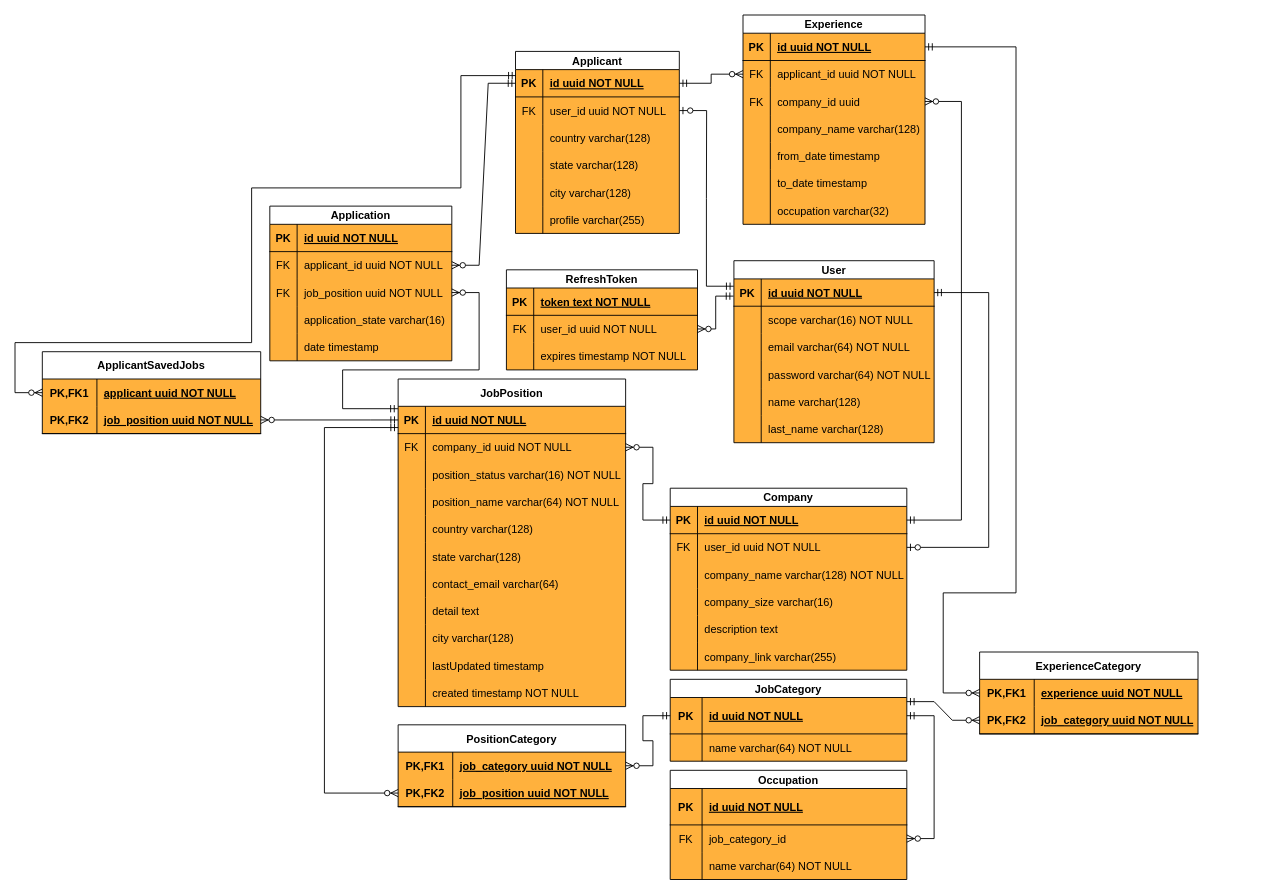
Above: diagrams/ERD.drawio in BUTAJI9l-IT/job-portal (draw.io), before the change. Source tidied: cells renumbered, new cells numbered last; positions are measured from the earlier drawing's top-left corner, leaving out a move shared by most shapes. Both pictures are drawn from the tidied source at 91%, with x=0, y=0 at pixel (15, 15).
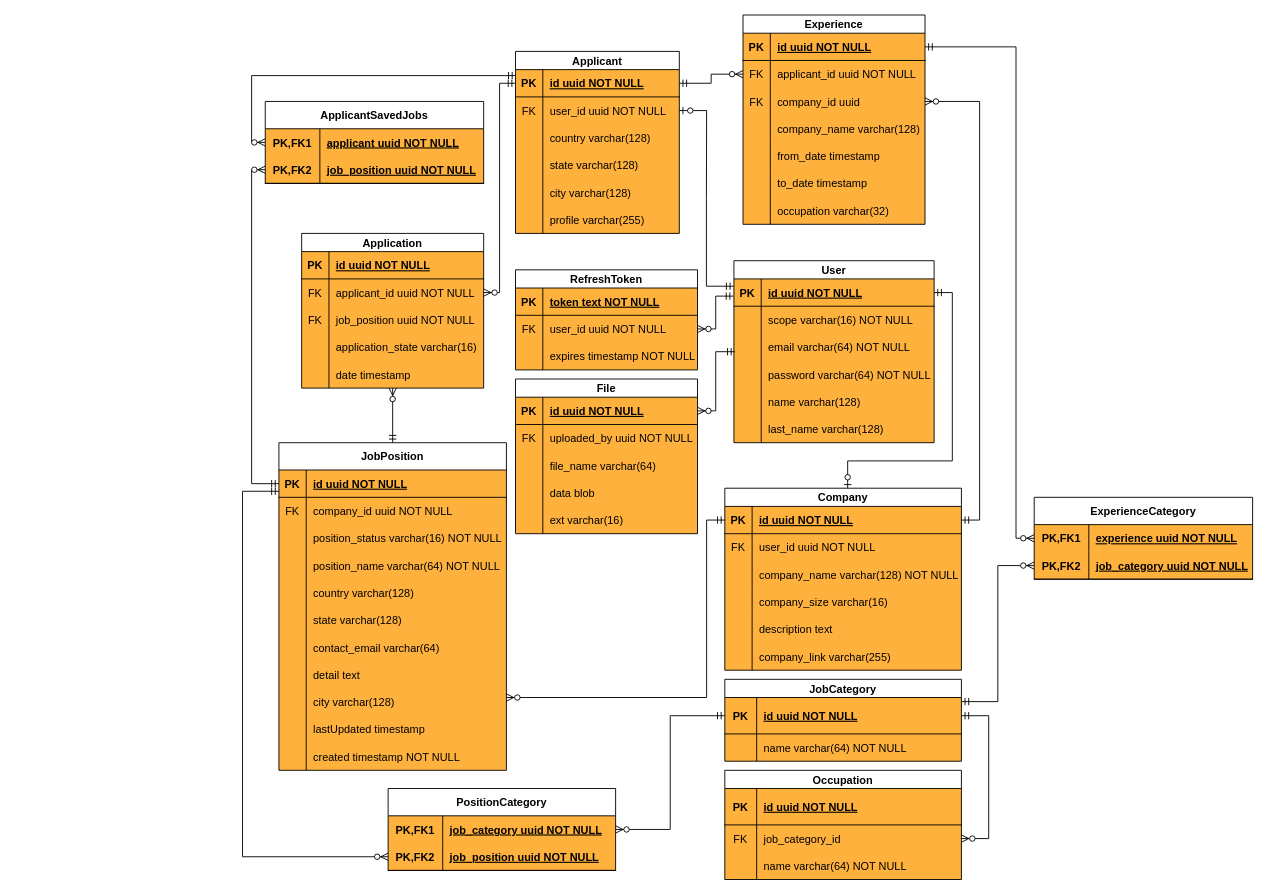
Above is the later version.

Unchanged cells that the change refers to:
```xml
<mxCell id="3" style="shape=tableRow;horizontal=0;startSize=0;swimlaneHead=0;swimlaneBody=0;fillColor=none;points=[[0,0.5],[1,0.5]];portConstraint=eastwest;top=0;left=0;right=0;bottom=1;" parent="2" vertex="1">
  <mxGeometry y="20" width="180" height="30" as="geometry" />
</mxCell>
<mxCell id="25" style="shape=tableRow;horizontal=0;startSize=0;swimlaneHead=0;swimlaneBody=0;fillColor=none;points=[[0,0.5],[1,0.5]];portConstraint=eastwest;top=0;left=0;right=0;bottom=0;" parent="21" vertex="1">
  <mxGeometry y="50" width="200" height="30" as="geometry" />
</mxCell>
<mxCell id="28" style="shape=tableRow;horizontal=0;startSize=0;swimlaneHead=0;swimlaneBody=0;fillColor=none;points=[[0,0.5],[1,0.5]];portConstraint=eastwest;top=0;left=0;right=0;bottom=0;" parent="21" vertex="1">
  <mxGeometry y="80" width="200" height="30" as="geometry" />
</mxCell>
<mxCell id="34" style="shape=tableRow;horizontal=0;startSize=0;swimlaneHead=0;swimlaneBody=0;fillColor=none;points=[[0,0.5],[1,0.5]];portConstraint=eastwest;top=0;left=0;right=0;bottom=0;" parent="21" vertex="1">
  <mxGeometry y="140" width="200" height="30" as="geometry" />
</mxCell>
<mxCell id="38" style="shape=tableRow;horizontal=0;startSize=0;swimlaneHead=0;swimlaneBody=0;fillColor=none;points=[[0,0.5],[1,0.5]];portConstraint=eastwest;top=0;left=0;right=0;bottom=1;" parent="37" vertex="1">
  <mxGeometry y="20" width="260" height="30" as="geometry" />
</mxCell>
<mxCell id="41" style="shape=tableRow;horizontal=0;startSize=0;swimlaneHead=0;swimlaneBody=0;fillColor=none;points=[[0,0.5],[1,0.5]];portConstraint=eastwest;top=0;left=0;right=0;bottom=0;" parent="37" vertex="1">
  <mxGeometry y="50" width="260" height="30" as="geometry" />
</mxCell>
<mxCell id="57" style="shape=tableRow;horizontal=0;startSize=0;swimlaneHead=0;swimlaneBody=0;fillColor=none;points=[[0,0.5],[1,0.5]];portConstraint=eastwest;top=0;left=0;right=0;bottom=1;" parent="56" vertex="1">
  <mxGeometry y="20" width="200" height="30" as="geometry" />
</mxCell>
<mxCell id="63" style="shape=tableRow;horizontal=0;startSize=0;swimlaneHead=0;swimlaneBody=0;fillColor=none;points=[[0,0.5],[1,0.5]];portConstraint=eastwest;top=0;left=0;right=0;bottom=0;" parent="56" vertex="1">
  <mxGeometry y="80" width="200" height="30" as="geometry" />
</mxCell>
<mxCell id="79" style="shape=tableRow;horizontal=0;startSize=0;swimlaneHead=0;swimlaneBody=0;fillColor=none;points=[[0,0.5],[1,0.5]];portConstraint=eastwest;top=0;left=0;right=0;bottom=1;" parent="78" vertex="1">
  <mxGeometry y="20" width="260" height="40" as="geometry" />
</mxCell>
<mxCell id="96" style="shape=tableRow;horizontal=0;startSize=0;swimlaneHead=0;swimlaneBody=0;fillColor=none;points=[[0,0.5],[1,0.5]];portConstraint=eastwest;top=0;left=0;right=0;bottom=1;" parent="95" vertex="1">
  <mxGeometry y="20" width="220" height="30" as="geometry" />
</mxCell>
<mxCell id="118" style="shape=tableRow;horizontal=0;startSize=0;swimlaneHead=0;swimlaneBody=0;fillColor=none;points=[[0,0.5],[1,0.5]];portConstraint=eastwest;top=0;left=0;right=0;bottom=1;" parent="117" vertex="1">
  <mxGeometry y="30" width="250" height="30" as="geometry" />
</mxCell>
<mxCell id="121" style="shape=tableRow;horizontal=0;startSize=0;swimlaneHead=0;swimlaneBody=0;fillColor=none;points=[[0,0.5],[1,0.5]];portConstraint=eastwest;top=0;left=0;right=0;bottom=0;" parent="117" vertex="1">
  <mxGeometry y="60" width="250" height="30" as="geometry" />
</mxCell>
<mxCell id="154" style="shape=tableRow;horizontal=0;startSize=0;swimlaneHead=0;swimlaneBody=0;fillColor=none;points=[[0,0.5],[1,0.5]];portConstraint=eastwest;top=0;left=0;right=0;bottom=0;" parent="153" vertex="1">
  <mxGeometry y="30" width="250" height="30" as="geometry" />
</mxCell>
<mxCell id="157" style="shape=tableRow;horizontal=0;startSize=0;swimlaneHead=0;swimlaneBody=0;fillColor=none;points=[[0,0.5],[1,0.5]];portConstraint=eastwest;top=0;left=0;right=0;bottom=1;" parent="153" vertex="1">
  <mxGeometry y="60" width="250" height="30" as="geometry" />
</mxCell>
<mxCell id="164" style="shape=tableRow;horizontal=0;startSize=0;swimlaneHead=0;swimlaneBody=0;fillColor=none;points=[[0,0.5],[1,0.5]];portConstraint=eastwest;top=0;left=0;right=0;bottom=0;" parent="163" vertex="1">
  <mxGeometry y="30" width="240" height="30" as="geometry" />
</mxCell>
<mxCell id="167" style="shape=tableRow;horizontal=0;startSize=0;swimlaneHead=0;swimlaneBody=0;fillColor=none;points=[[0,0.5],[1,0.5]];portConstraint=eastwest;top=0;left=0;right=0;bottom=1;" parent="163" vertex="1">
  <mxGeometry y="60" width="240" height="30" as="geometry" />
</mxCell>
<mxCell id="175" style="shape=tableRow;horizontal=0;startSize=0;swimlaneHead=0;swimlaneBody=0;fillColor=none;points=[[0,0.5],[1,0.5]];portConstraint=eastwest;top=0;left=0;right=0;bottom=0;" parent="174" vertex="1">
  <mxGeometry y="30" width="240" height="30" as="geometry" />
</mxCell>
<mxCell id="178" style="shape=tableRow;horizontal=0;startSize=0;swimlaneHead=0;swimlaneBody=0;fillColor=none;points=[[0,0.5],[1,0.5]];portConstraint=eastwest;top=0;left=0;right=0;bottom=1;" parent="174" vertex="1">
  <mxGeometry y="60" width="240" height="30" as="geometry" />
</mxCell>
```

Diff of the diagram source:
```diff
@@
     <mxCell id="21" value="Application" style="shape=table;startSize=20;childLayout=tableLayout;rowLines=0;fontStyle=1;align=center;swimlaneFillColor=#FFB13D;" parent="1" vertex="1">
-      <mxGeometry x="280" y="210" width="200" height="170" as="geometry" />
+      <mxGeometry x="315" y="240" width="200" height="170" as="geometry" />
     </mxCell>
@@
     <mxCell id="37" value="Company" style="shape=table;startSize=20;childLayout=tableLayout;rowLines=0;fontStyle=1;align=center;swimlaneFillColor=#FFB13D;" parent="1" vertex="1">
-      <mxGeometry x="720" y="520" width="260" height="200" as="geometry" />
+      <mxGeometry x="780" y="520" width="260" height="200" as="geometry" />
     </mxCell>
@@
     <mxCell id="78" value="JobCategory" style="shape=table;startSize=20;childLayout=tableLayout;rowLines=0;fontStyle=1;align=center;swimlaneFillColor=#FFB13D;" parent="1" vertex="1">
-      <mxGeometry x="720" y="730" width="260" height="90" as="geometry" />
+      <mxGeometry x="780" y="730" width="260" height="90" as="geometry" />
     </mxCell>
@@
     <mxCell id="85" value="RefreshToken" style="shape=table;startSize=20;childLayout=tableLayout;rowLines=0;fontStyle=1;align=center;swimlaneFillColor=#FFB13D;" parent="1" vertex="1">
-      <mxGeometry x="540" y="280" width="210" height="110" as="geometry" />
+      <mxGeometry x="550" y="280" width="200" height="110" as="geometry" />
     </mxCell>
     <mxCell id="86" style="shape=tableRow;horizontal=0;startSize=0;swimlaneHead=0;swimlaneBody=0;fillColor=none;top=0;left=0;right=0;bottom=1;" parent="85" vertex="1">
-      <mxGeometry y="20" width="210" height="30" as="geometry" />
+      <mxGeometry y="20" width="200" height="30" as="geometry" />
     </mxCell>
@@
     <mxCell id="88" value="token text NOT NULL" style="shape=partialRectangle;fillColor=none;top=0;left=0;bottom=0;right=0;align=left;spacingLeft=6;fontStyle=5;overflow=hidden;" parent="86" vertex="1">
-      <mxGeometry x="30" width="180" height="30" as="geometry" />
+      <mxGeometry x="30" width="170" height="30" as="geometry" />
     </mxCell>
     <mxCell id="89" style="shape=tableRow;horizontal=0;startSize=0;swimlaneHead=0;swimlaneBody=0;fillColor=none;points=[[0,0.5],[1,0.5]];portConstraint=eastwest;top=0;left=0;right=0;bottom=0;" parent="85" vertex="1">
-      <mxGeometry y="50" width="210" height="30" as="geometry" />
+      <mxGeometry y="50" width="200" height="30" as="geometry" />
     </mxCell>
@@
     <mxCell id="91" value="user_id uuid NOT NULL" style="shape=partialRectangle;fillColor=none;top=0;left=0;bottom=0;right=0;align=left;spacingLeft=6;fontStyle=0;overflow=hidden;" parent="89" vertex="1">
-      <mxGeometry x="30" width="180" height="30" as="geometry" />
+      <mxGeometry x="30" width="170" height="30" as="geometry" />
     </mxCell>
     <mxCell id="92" style="shape=tableRow;horizontal=0;startSize=0;swimlaneHead=0;swimlaneBody=0;fillColor=none;top=0;left=0;right=0;bottom=0;" parent="85" vertex="1">
-      <mxGeometry y="80" width="210" height="30" as="geometry" />
+      <mxGeometry y="80" width="200" height="30" as="geometry" />
     </mxCell>
@@
     <mxCell id="94" value="expires timestamp NOT NULL" style="shape=partialRectangle;fillColor=none;top=0;left=0;bottom=0;right=0;align=left;spacingLeft=6;overflow=hidden;" parent="92" vertex="1">
-      <mxGeometry x="30" width="180" height="30" as="geometry" />
+      <mxGeometry x="30" width="170" height="30" as="geometry" />
     </mxCell>
@@
-    <mxCell id="116" style="edgeStyle=entityRelationEdgeStyle;fontSize=12;html=1;endArrow=ERzeroToMany;startArrow=ERmandOne;rounded=0;exitX=0;exitY=0.5;exitDx=0;exitDy=0;" parent="1" edge="1" source="3" target="25">
+    <mxCell id="116" style="edgeStyle=orthogonalEdgeStyle;fontSize=12;html=1;endArrow=ERzeroToMany;startArrow=ERmandOne;rounded=0;exitX=0;exitY=0.5;exitDx=0;exitDy=0;" parent="1" edge="1" source="3" target="25">
       <mxGeometry relative="1" as="geometry" />
     </mxCell>
     <mxCell id="117" value="JobPosition" style="shape=table;startSize=30;childLayout=tableLayout;rowLines=0;fontStyle=1;align=center;swimlaneFillColor=#FFB13D;" parent="1" vertex="1">
-      <mxGeometry x="421" y="400" width="250" height="360" as="geometry" />
+      <mxGeometry x="290" y="470" width="250" height="360" as="geometry" />
     </mxCell>
@@
-    <mxCell id="151" style="edgeStyle=orthogonalEdgeStyle;fontSize=12;html=1;endArrow=ERzeroToMany;startArrow=ERmandOne;rounded=0;exitX=-0.001;exitY=0.088;exitDx=0;exitDy=0;exitPerimeter=0;" parent="1" edge="1" source="118" target="28">
-      <mxGeometry relative="1" as="geometry">
-        <Array as="points">
-          <mxPoint x="360" y="433" />
-          <mxPoint x="360" y="390" />
-          <mxPoint x="510" y="390" />
-          <mxPoint x="510" y="305" />
-        </Array>
-      </mxGeometry>
+    <mxCell id="151" style="fontSize=12;html=1;endArrow=ERzeroToMany;startArrow=ERmandOne;rounded=0;exitX=0.5;exitY=0;exitDx=0;exitDy=0;" parent="1" edge="1" source="117" target="34">
+      <mxGeometry relative="1" as="geometry" />
     </mxCell>
-    <mxCell id="152" style="edgeStyle=entityRelationEdgeStyle;fontSize=12;html=1;endArrow=ERzeroToMany;startArrow=ERmandOne;rounded=0;entryX=1;entryY=0.5;entryDx=0;entryDy=0;exitX=0;exitY=0.5;exitDx=0;exitDy=0;" parent="1" edge="1" source="38" target="121">
-      <mxGeometry relative="1" as="geometry" />
+    <mxCell id="152" style="edgeStyle=orthogonalEdgeStyle;fontSize=12;html=1;endArrow=ERzeroToMany;startArrow=ERmandOne;rounded=0;exitX=0;exitY=0.5;exitDx=0;exitDy=0;" parent="1" edge="1" source="38">
+      <mxGeometry relative="1" as="geometry">
+        <mxPoint x="540" y="750" as="targetPoint" />
+        <Array as="points">
+          <mxPoint x="760" y="555" />
+          <mxPoint x="760" y="750" />
+          <mxPoint x="540" y="750" />
+        </Array>
+      </mxGeometry>
     </mxCell>
     <mxCell id="153" value="PositionCategory" style="shape=table;startSize=30;childLayout=tableLayout;rowLines=0;fontStyle=1;align=center;swimlaneFillColor=#FFB13D;" parent="1" vertex="1">
-      <mxGeometry x="421" y="780" width="250" height="90" as="geometry" />
+      <mxGeometry x="410" y="850" width="250" height="90" as="geometry" />
     </mxCell>
@@
     <mxCell id="160" style="fontSize=12;html=1;endArrow=ERzeroToMany;startArrow=ERmandOne;rounded=0;entryX=0;entryY=0.5;entryDx=0;entryDy=0;exitX=0;exitY=0.778;exitDx=0;exitDy=0;exitPerimeter=0;edgeStyle=elbowEdgeStyle;" parent="1" edge="1" source="118" target="157">
       <mxGeometry relative="1" as="geometry">
         <Array as="points">
+          <mxPoint x="250" y="760" />
           <mxPoint x="340" y="470" />
           <mxPoint x="340" y="470" />
           <mxPoint x="340" y="460" />
           <mxPoint x="340" y="530" />
         </Array>
       </mxGeometry>
     </mxCell>
-    <mxCell id="161" style="edgeStyle=entityRelationEdgeStyle;fontSize=12;html=1;endArrow=ERzeroToMany;startArrow=ERmandOne;rounded=0;exitX=0;exitY=0.5;exitDx=0;exitDy=0;" parent="1" edge="1" source="79" target="154">
+    <mxCell id="161" style="edgeStyle=orthogonalEdgeStyle;fontSize=12;html=1;endArrow=ERzeroToMany;startArrow=ERmandOne;rounded=0;exitX=0;exitY=0.5;exitDx=0;exitDy=0;" parent="1" edge="1" source="79" target="154">
       <mxGeometry relative="1" as="geometry" />
     </mxCell>
-    <mxCell id="162" style="fontSize=12;html=1;endArrow=ERzeroToOne;startArrow=ERmandOne;rounded=0;entryX=1;entryY=0.5;entryDx=0;entryDy=0;exitX=1;exitY=0.5;exitDx=0;exitDy=0;edgeStyle=orthogonalEdgeStyle;" parent="1" edge="1" source="96" target="41">
+    <mxCell id="162" style="fontSize=12;html=1;endArrow=ERzeroToOne;startArrow=ERmandOne;rounded=0;exitX=1;exitY=0.5;exitDx=0;exitDy=0;edgeStyle=orthogonalEdgeStyle;" parent="1" edge="1" source="96">
       <mxGeometry relative="1" as="geometry">
+        <mxPoint x="915" y="520" as="targetPoint" />
         <Array as="points">
-          <mxPoint x="1070" y="305" />
-          <mxPoint x="1070" y="585" />
+          <mxPoint x="1030" y="305" />
+          <mxPoint x="1030" y="490" />
+          <mxPoint x="915" y="490" />
         </Array>
       </mxGeometry>
     </mxCell>
     <mxCell id="163" value="ExperienceCategory" style="shape=table;startSize=30;childLayout=tableLayout;rowLines=0;fontStyle=1;align=center;swimlaneFillColor=#FFB13D;" parent="1" vertex="1">
-      <mxGeometry x="1060" y="700" width="240" height="90" as="geometry" />
+      <mxGeometry x="1120" y="530" width="240" height="90" as="geometry" />
     </mxCell>
@@
-    <mxCell id="170" style="edgeStyle=entityRelationEdgeStyle;fontSize=12;html=1;endArrow=ERzeroToMany;startArrow=ERmandOne;rounded=0;exitX=1;exitY=0.113;exitDx=0;exitDy=0;entryX=0;entryY=0.5;entryDx=0;entryDy=0;exitPerimeter=0;" parent="1" edge="1" source="79" target="167">
+    <mxCell id="170" style="edgeStyle=orthogonalEdgeStyle;fontSize=12;html=1;endArrow=ERzeroToMany;startArrow=ERmandOne;rounded=0;exitX=1;exitY=0.113;exitDx=0;exitDy=0;entryX=0;entryY=0.5;entryDx=0;entryDy=0;exitPerimeter=0;" parent="1" edge="1" source="79" target="167">
       <mxGeometry relative="1" as="geometry" />
     </mxCell>
-    <mxCell id="171" style="edgeStyle=orthogonalEdgeStyle;fontSize=12;html=1;endArrow=ERzeroToMany;startArrow=ERmandOne;rounded=0;exitX=1;exitY=0.5;exitDx=0;exitDy=0;entryX=0;entryY=0.5;entryDx=0;entryDy=0;" parent="1" edge="1" source="57" target="164">
+    <mxCell id="171" style="fontSize=12;html=1;endArrow=ERzeroToMany;startArrow=ERmandOne;rounded=0;exitX=1;exitY=0.5;exitDx=0;exitDy=0;entryX=0;entryY=0.5;entryDx=0;entryDy=0;edgeStyle=elbowEdgeStyle;" parent="1" edge="1" source="57" target="164">
       <mxGeometry relative="1" as="geometry">
         <Array as="points">
-          <mxPoint x="1100" y="35" />
-          <mxPoint x="1100" y="635" />
-          <mxPoint x="1020" y="635" />
-          <mxPoint x="1020" y="745" />
+          <mxPoint x="1100" y="310" />
         </Array>
       </mxGeometry>
     </mxCell>
     <mxCell id="172" style="edgeStyle=orthogonalEdgeStyle;fontSize=12;html=1;endArrow=ERzeroToMany;startArrow=ERmandOne;rounded=0;exitX=1;exitY=0.5;exitDx=0;exitDy=0;entryX=1;entryY=0.5;entryDx=0;entryDy=0;" parent="1" edge="1" source="38" target="63">
       <mxGeometry relative="1" as="geometry">
         <Array as="points">
-          <mxPoint x="1040" y="555" />
-          <mxPoint x="1040" y="95" />
+          <mxPoint x="1060" y="555" />
+          <mxPoint x="1060" y="95" />
         </Array>
       </mxGeometry>
     </mxCell>
@@
     <mxCell id="174" value="ApplicantSavedJobs" style="shape=table;startSize=30;childLayout=tableLayout;rowLines=0;fontStyle=1;align=center;swimlaneFillColor=#FFB13D;" parent="1" vertex="1">
-      <mxGeometry x="30" y="370" width="240" height="90" as="geometry" />
+      <mxGeometry x="275" y="95" width="240" height="90" as="geometry" />
     </mxCell>
@@
-    <mxCell id="181" style="edgeStyle=entityRelationEdgeStyle;fontSize=12;html=1;endArrow=ERzeroToMany;startArrow=ERmandOne;rounded=0;entryX=1;entryY=0.5;entryDx=0;entryDy=0;exitX=0;exitY=0.5;exitDx=0;exitDy=0;" parent="1" edge="1" source="118" target="178">
-      <mxGeometry relative="1" as="geometry" />
+    <mxCell id="181" style="edgeStyle=orthogonalEdgeStyle;fontSize=12;html=1;endArrow=ERzeroToMany;startArrow=ERmandOne;rounded=0;entryX=0;entryY=0.5;entryDx=0;entryDy=0;exitX=0;exitY=0.5;exitDx=0;exitDy=0;" parent="1" edge="1" source="118" target="178">
+      <mxGeometry relative="1" as="geometry">
+        <Array as="points">
+          <mxPoint x="260" y="515" />
+          <mxPoint x="260" y="170" />
+        </Array>
+      </mxGeometry>
     </mxCell>
     <mxCell id="182" style="edgeStyle=orthogonalEdgeStyle;fontSize=12;html=1;endArrow=ERzeroToMany;startArrow=ERmandOne;rounded=0;exitX=0.002;exitY=0.219;exitDx=0;exitDy=0;exitPerimeter=0;elbow=vertical;entryX=0;entryY=0.5;entryDx=0;entryDy=0;" parent="1" edge="1" source="3" target="175">
       <mxGeometry relative="1" as="geometry">
         <Array as="points">
-          <mxPoint x="490" y="67" />
-          <mxPoint x="490" y="190" />
-          <mxPoint x="260" y="190" />
-          <mxPoint x="260" y="360" />
-          <mxPoint y="360" />
-          <mxPoint y="415" />
+          <mxPoint x="260" y="67" />
+          <mxPoint x="260" y="140" />
         </Array>
       </mxGeometry>
     </mxCell>
     <mxCell id="183" value="Occupation" style="shape=table;startSize=20;childLayout=tableLayout;rowLines=0;fontStyle=1;align=center;swimlaneFillColor=#FFB13D;" parent="1" vertex="1">
-      <mxGeometry x="720" y="830" width="260" height="120" as="geometry" />
+      <mxGeometry x="780" y="830" width="260" height="120" as="geometry" />
     </mxCell>
@@
+    <mxCell id="194" value="File" style="shape=table;startSize=20;childLayout=tableLayout;rowLines=0;fontStyle=1;align=center;swimlaneFillColor=#FFB13D;" parent="1" vertex="1">
+      <mxGeometry x="550" y="400" width="200" height="170" as="geometry" />
+    </mxCell>
+    <mxCell id="195" style="shape=tableRow;horizontal=0;startSize=0;swimlaneHead=0;swimlaneBody=0;fillColor=none;points=[[0,0.5],[1,0.5]];portConstraint=eastwest;top=0;left=0;right=0;bottom=1;" parent="194" vertex="1">
+      <mxGeometry y="20" width="200" height="30" as="geometry" />
+    </mxCell>
+    <mxCell id="196" value="PK" style="shape=partialRectangle;fillColor=none;top=0;left=0;bottom=0;right=0;fontStyle=1;overflow=hidden;" parent="195" vertex="1">
+      <mxGeometry width="30" height="30" as="geometry" />
+    </mxCell>
+    <mxCell id="197" value="id uuid NOT NULL" style="shape=partialRectangle;fillColor=none;top=0;left=0;bottom=0;right=0;align=left;spacingLeft=6;fontStyle=5;overflow=hidden;" parent="195" vertex="1">
+      <mxGeometry x="30" width="170" height="30" as="geometry" />
+    </mxCell>
+    <mxCell id="198" style="shape=tableRow;horizontal=0;startSize=0;swimlaneHead=0;swimlaneBody=0;fillColor=none;top=0;left=0;right=0;bottom=0;" parent="194" vertex="1">
+      <mxGeometry y="50" width="200" height="30" as="geometry" />
+    </mxCell>
+    <mxCell id="199" value="FK" style="shape=partialRectangle;fillColor=none;top=0;left=0;bottom=0;right=0;fontStyle=0;overflow=hidden;" parent="198" vertex="1">
+      <mxGeometry width="30" height="30" as="geometry" />
+    </mxCell>
+    <mxCell id="200" value="uploaded_by uuid NOT NULL" style="shape=partialRectangle;fillColor=none;top=0;left=0;bottom=0;right=0;align=left;spacingLeft=6;fontStyle=0;overflow=hidden;" parent="198" vertex="1">
+      <mxGeometry x="30" width="170" height="30" as="geometry" />
+    </mxCell>
+    <mxCell id="201" style="shape=tableRow;horizontal=0;startSize=0;swimlaneHead=0;swimlaneBody=0;fillColor=none;top=0;left=0;right=0;bottom=0;" parent="194" vertex="1">
+      <mxGeometry y="80" width="200" height="30" as="geometry" />
+    </mxCell>
+    <mxCell id="202" style="shape=partialRectangle;fillColor=none;top=0;left=0;bottom=0;right=0;overflow=hidden;" parent="201" vertex="1">
+      <mxGeometry width="30" height="30" as="geometry" />
+    </mxCell>
+    <mxCell id="203" value="file_name varchar(64)" style="shape=partialRectangle;fillColor=none;top=0;left=0;bottom=0;right=0;align=left;spacingLeft=6;overflow=hidden;" parent="201" vertex="1">
+      <mxGeometry x="30" width="170" height="30" as="geometry" />
+    </mxCell>
+    <mxCell id="204" style="shape=tableRow;horizontal=0;startSize=0;swimlaneHead=0;swimlaneBody=0;fillColor=none;top=0;left=0;right=0;bottom=0;" parent="194" vertex="1">
+      <mxGeometry y="110" width="200" height="30" as="geometry" />
+    </mxCell>
+    <mxCell id="205" style="shape=partialRectangle;fillColor=none;top=0;left=0;bottom=0;right=0;overflow=hidden;" parent="204" vertex="1">
+      <mxGeometry width="30" height="30" as="geometry" />
+    </mxCell>
+    <mxCell id="206" value="data blob" style="shape=partialRectangle;fillColor=none;top=0;left=0;bottom=0;right=0;align=left;spacingLeft=6;overflow=hidden;" parent="204" vertex="1">
+      <mxGeometry x="30" width="170" height="30" as="geometry" />
+    </mxCell>
+    <mxCell id="207" style="shape=tableRow;horizontal=0;startSize=0;swimlaneHead=0;swimlaneBody=0;fillColor=none;top=0;left=0;right=0;bottom=0;" parent="194" vertex="1">
+      <mxGeometry y="140" width="200" height="30" as="geometry" />
+    </mxCell>
+    <mxCell id="208" style="shape=partialRectangle;fillColor=none;top=0;left=0;bottom=0;right=0;overflow=hidden;" parent="207" vertex="1">
+      <mxGeometry width="30" height="30" as="geometry" />
+    </mxCell>
+    <mxCell id="209" value="ext varchar(16)" style="shape=partialRectangle;fillColor=none;top=0;left=0;bottom=0;right=0;align=left;spacingLeft=6;overflow=hidden;" parent="207" vertex="1">
+      <mxGeometry x="30" width="170" height="30" as="geometry" />
+    </mxCell>
+    <mxCell id="210" style="fontSize=12;html=1;endArrow=ERzeroToMany;startArrow=ERmandOne;rounded=0;entryX=1;entryY=0.5;entryDx=0;entryDy=0;edgeStyle=orthogonalEdgeStyle;" parent="1" edge="1" target="195">
+      <mxGeometry relative="1" as="geometry">
+        <mxPoint x="791" y="370" as="sourcePoint" />
+        <Array as="points">
+          <mxPoint x="791" y="370" />
+          <mxPoint x="770" y="370" />
+          <mxPoint x="770" y="435" />
+        </Array>
+      </mxGeometry>
+    </mxCell>
```
